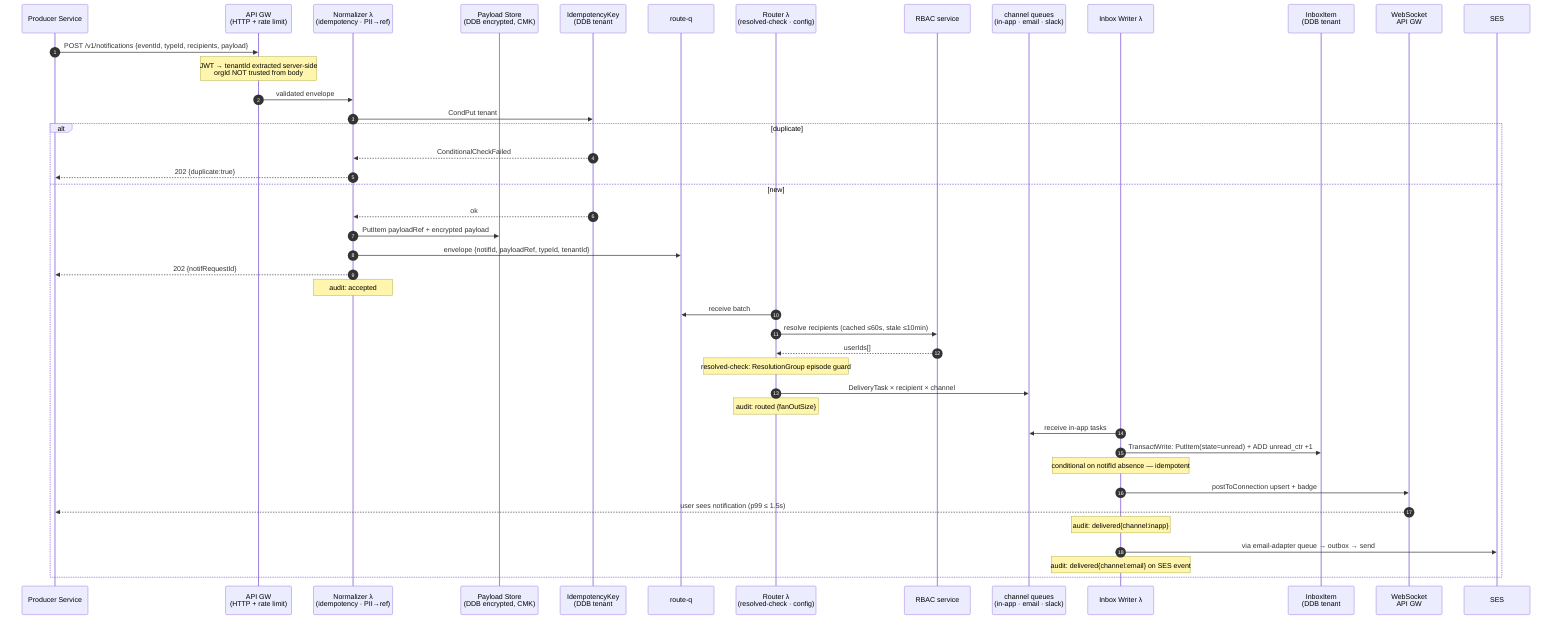
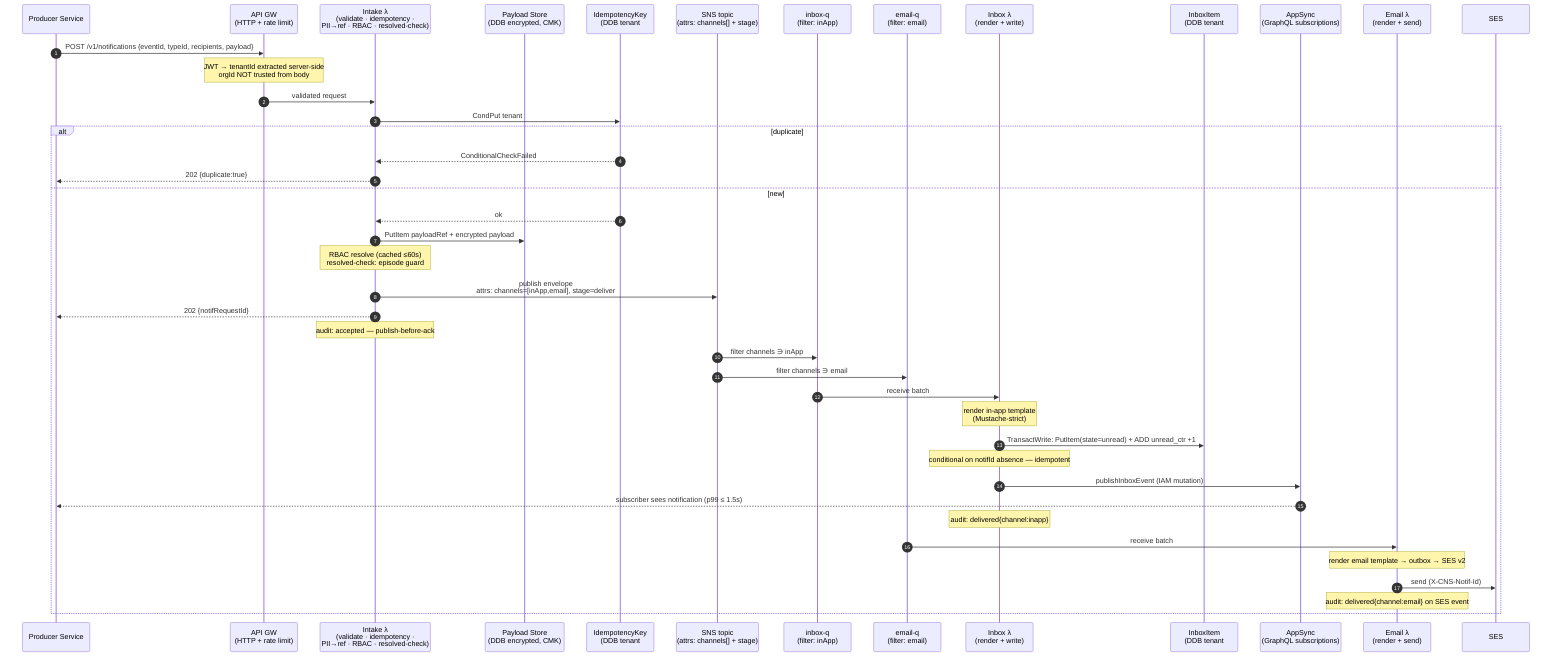
sequenceDiagram
    autonumber
    participant P as Producer Service
    participant APIGW as API GW<br/>(HTTP + rate limit)
-     participant N as Normalizer λ<br/>(idempotency · PII→ref)
+     participant IN as Intake λ<br/>(validate · idempotency ·<br/>PII→ref · RBAC · resolved-check)
    participant PS as Payload Store<br/>(DDB encrypted, CMK)
    participant IK as IdempotencyKey<br/>(DDB tenant#eventId TTL 48h)
-     participant SQS1 as route-q
-     participant R as Router λ<br/>(resolved-check · config)
-     participant RBAC as RBAC service
-     participant SQS2 as channel queues<br/>(in-app · email · slack)
-     participant IW as Inbox Writer λ
+     participant SNS as SNS topic<br/>(attrs: channels[] + stage)
+     participant IQ as inbox-q<br/>(filter: inApp)
+     participant MQ as email-q<br/>(filter: email)
+     participant IW as Inbox λ<br/>(render + write)
    participant DB as InboxItem<br/>(DDB tenant#user)
-     participant WS as WebSocket<br/>API GW
+     participant AS as AppSync<br/>(GraphQL subscriptions)
+     participant EM as Email λ<br/>(render + send)
    participant SES as SES

    P->>APIGW: POST /v1/notifications {eventId, typeId, recipients, payload}
    Note over APIGW: JWT → tenantId extracted server-side<br/>orgId NOT trusted from body
-     APIGW->>N: validated envelope
-     N->>IK: CondPut tenant#eventId (TTL 48h)
+     APIGW->>IN: validated request
+     IN->>IK: CondPut tenant#eventId (TTL 48h)
    alt duplicate
-         IK-->>N: ConditionalCheckFailed
-         N-->>P: 202 {duplicate:true}
+         IK-->>IN: ConditionalCheckFailed
+         IN-->>P: 202 {duplicate:true}
    else new
-         IK-->>N: ok
-         N->>PS: PutItem payloadRef + encrypted payload
-         N->>SQS1: envelope {notifId, payloadRef, typeId, tenantId}
-         N-->>P: 202 {notifRequestId}
-         Note over N: audit: accepted
-         R->>SQS1: receive batch
-         R->>RBAC: resolve recipients (cached ≤60s, stale ≤10min)
-         RBAC-->>R: userIds[]
-         Note over R: resolved-check: ResolutionGroup episode guard
-         R->>SQS2: DeliveryTask × recipient × channel
-         Note over R: audit: routed {fanOutSize}
-         IW->>SQS2: receive in-app tasks
+         IK-->>IN: ok
+         IN->>PS: PutItem payloadRef + encrypted payload
+         Note over IN: RBAC resolve (cached ≤60s)<br/>resolved-check: episode guard
+         IN->>SNS: publish envelope<br/>attrs: channels=[inApp,email], stage=deliver
+         IN-->>P: 202 {notifRequestId}
+         Note over IN: audit: accepted — publish-before-ack
+         SNS->>IQ: filter channels ∋ inApp
+         SNS->>MQ: filter channels ∋ email
+         IQ->>IW: receive batch
+         Note over IW: render in-app template<br/>(Mustache-strict)
        IW->>DB: TransactWrite: PutItem(state=unread) + ADD unread_ctr +1
        Note over IW: conditional on notifId absence — idempotent
-         IW->>WS: postToConnection upsert + badge
-         WS-->>P: user sees notification (p99 ≤ 1.5s)
+         IW->>AS: publishInboxEvent (IAM mutation)
+         AS-->>P: subscriber sees notification (p99 ≤ 1.5s)
        Note over IW: audit: delivered{channel:inapp}
-         IW->>SES: via email-adapter queue → outbox → send
-         Note over IW: audit: delivered{channel:email} on SES event
+         MQ->>EM: receive batch
+         Note over EM: render email template → outbox → SES v2
+         EM->>SES: send (X-CNS-Notif-Id)
+         Note over EM: audit: delivered{channel:email} on SES event
    end
